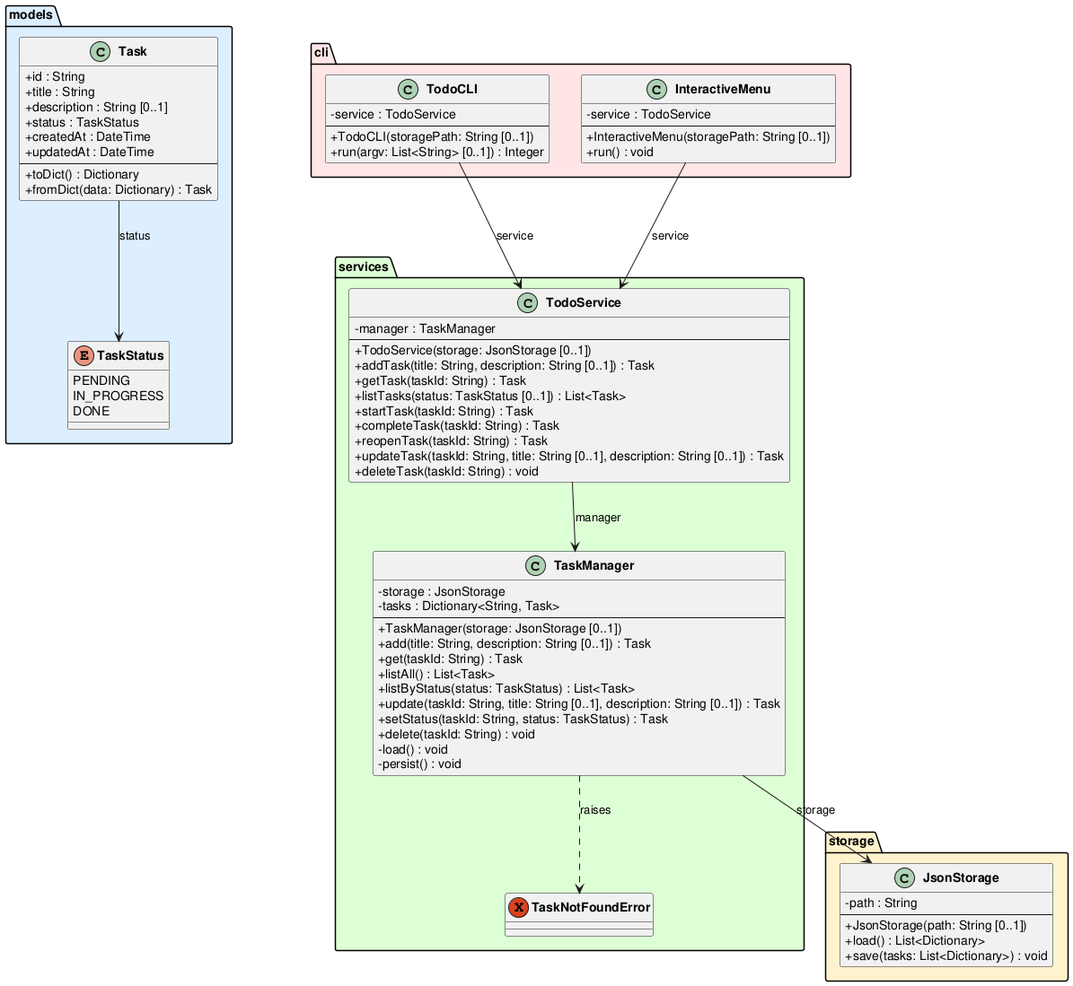
Before: experiments/supervisor_as_tools/structured_text/TODO/artifacts/class_diagram.png, a diagram exported from PlantUML (DanielRiha8906/Software_autoevolution_using_agents). Its diagram source:
```plantuml
@startuml class_diagram

skinparam classAttributeIconSize 0
skinparam classFontStyle bold

package "models" #DDEEFF {
    enum TaskStatus {
        PENDING
        IN_PROGRESS
        DONE
    }

    class Task {
        +id : String
        +title : String
        +description : String [0..1]
        +status : TaskStatus
        +createdAt : DateTime
        +updatedAt : DateTime
        --
        +toDict() : Dictionary
        +fromDict(data: Dictionary) : Task
    }
}

package "storage" #FFF3CC {
    class JsonStorage {
        -path : String
        --
        +JsonStorage(path: String [0..1])
        +load() : List<Dictionary>
        +save(tasks: List<Dictionary>) : void
    }
}

package "services" #DDFFD4 {
    exception TaskNotFoundError

    class TaskManager {
        -storage : JsonStorage
        -tasks : Dictionary<String, Task>
        --
        +TaskManager(storage: JsonStorage [0..1])
        +add(title: String, description: String [0..1]) : Task
        +get(taskId: String) : Task
        +listAll() : List<Task>
        +listByStatus(status: TaskStatus) : List<Task>
        +update(taskId: String, title: String [0..1], description: String [0..1]) : Task
        +setStatus(taskId: String, status: TaskStatus) : Task
        +delete(taskId: String) : void
        -load() : void
        -persist() : void
    }

    class TodoService {
        -manager : TaskManager
        --
        +TodoService(storage: JsonStorage [0..1])
        +addTask(title: String, description: String [0..1]) : Task
        +getTask(taskId: String) : Task
        +listTasks(status: TaskStatus [0..1]) : List<Task>
        +startTask(taskId: String) : Task
        +completeTask(taskId: String) : Task
        +reopenTask(taskId: String) : Task
        +updateTask(taskId: String, title: String [0..1], description: String [0..1]) : Task
        +deleteTask(taskId: String) : void
    }
}

package "cli" #FFE5E5 {
    class TodoCLI {
        -service : TodoService
        --
        +TodoCLI(storagePath: String [0..1])
        +run(argv: List<String> [0..1]) : Integer
    }

    class InteractiveMenu {
        -service : TodoService
        --
        +InteractiveMenu(storagePath: String [0..1])
        +run() : void
    }
}

Task --> TaskStatus : status
TaskManager --> JsonStorage : storage
TaskManager ..> TaskNotFoundError : raises
TodoService --> TaskManager : manager
TodoCLI --> TodoService : service
InteractiveMenu --> TodoService : service

@enduml
```
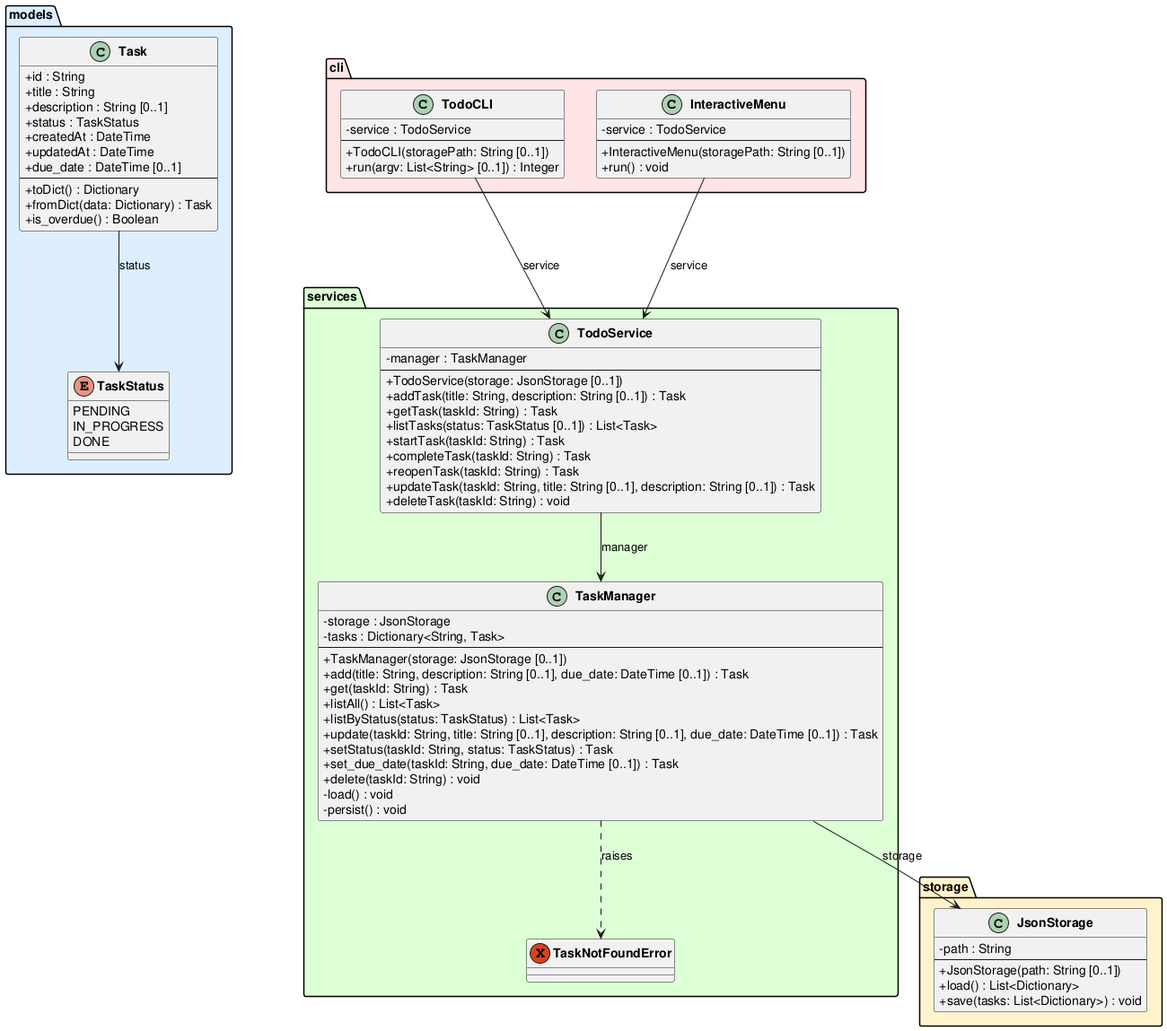
After the commit.

Change to the diagram source:
```diff
@@ -17,9 +17,11 @@
         +status : TaskStatus
         +createdAt : DateTime
         +updatedAt : DateTime
+        +due_date : DateTime [0..1]
         --
         +toDict() : Dictionary
         +fromDict(data: Dictionary) : Task
+        +is_overdue() : Boolean
     }
 }
 
@@ -41,12 +43,13 @@
         -tasks : Dictionary<String, Task>
         --
         +TaskManager(storage: JsonStorage [0..1])
-        +add(title: String, description: String [0..1]) : Task
+        +add(title: String, description: String [0..1], due_date: DateTime [0..1]) : Task
         +get(taskId: String) : Task
         +listAll() : List<Task>
         +listByStatus(status: TaskStatus) : List<Task>
-        +update(taskId: String, title: String [0..1], description: String [0..1]) : Task
+        +update(taskId: String, title: String [0..1], description: String [0..1], due_date: DateTime [0..1]) : Task
         +setStatus(taskId: String, status: TaskStatus) : Task
+        +set_due_date(taskId: String, due_date: DateTime [0..1]) : Task
         +delete(taskId: String) : void
         -load() : void
         -persist() : void
```
